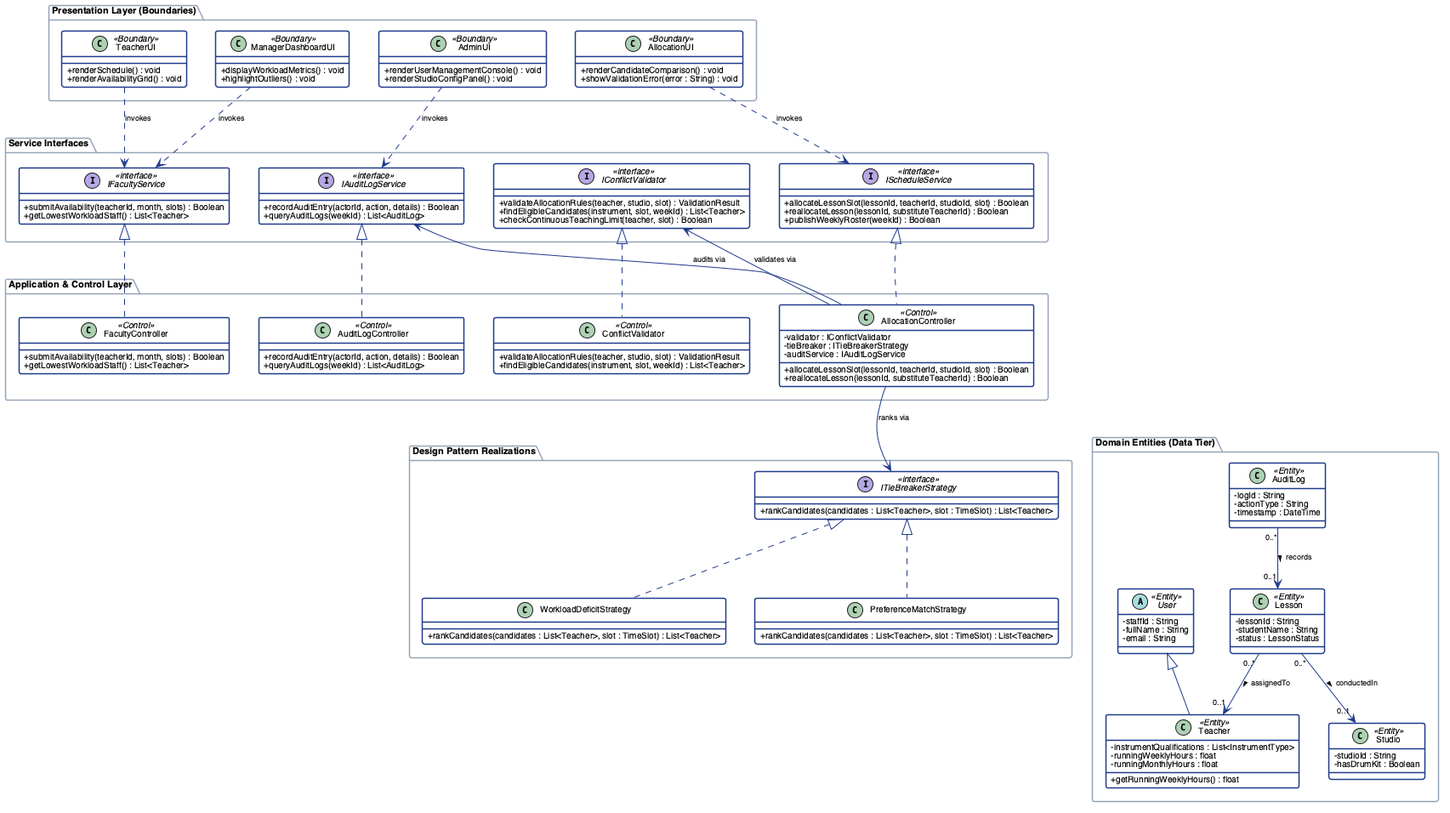
Before: report/assets/m2/final_class_diagram.png, a diagram exported from PlantUML (adoreblvnk/2001temp).
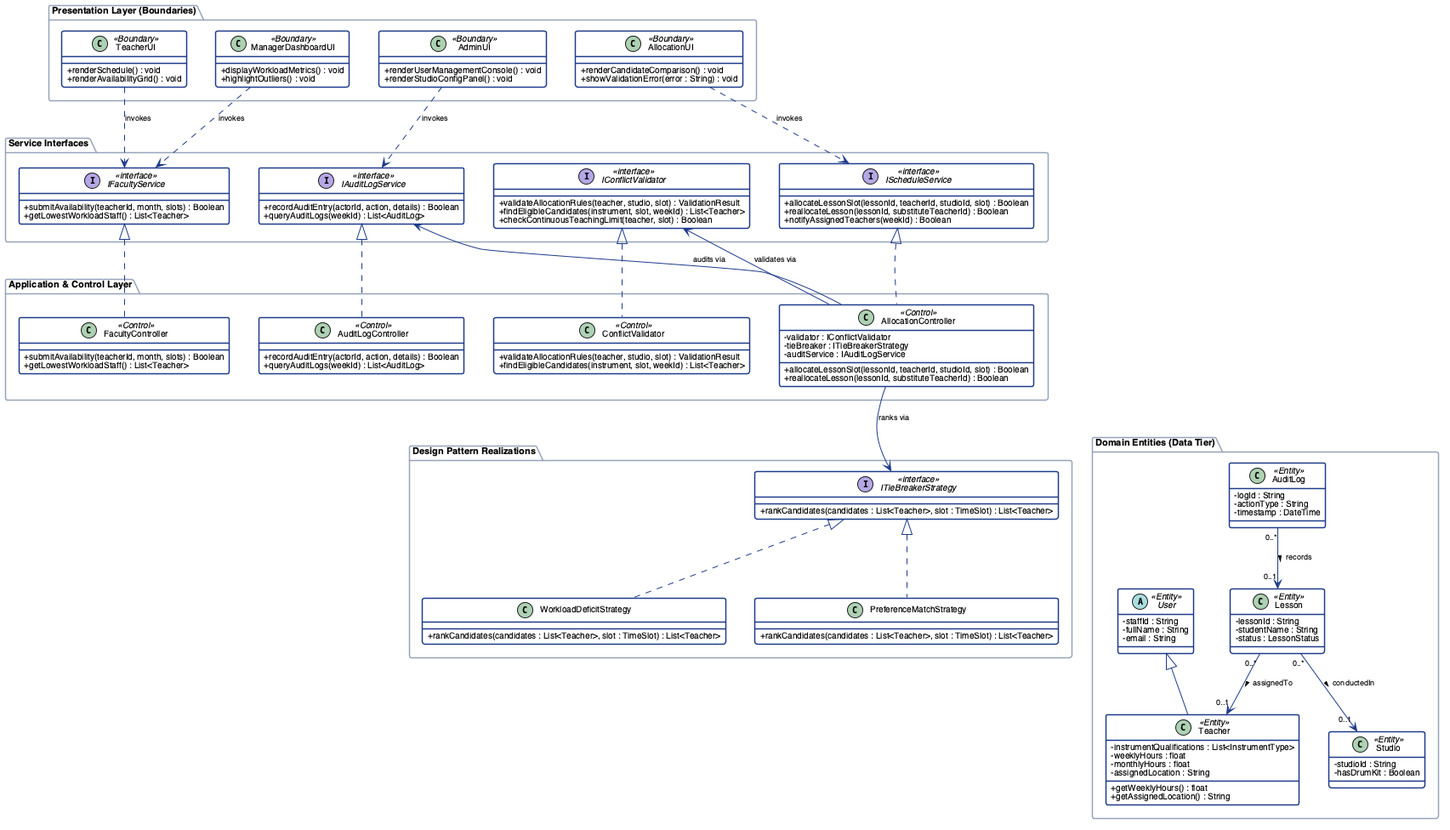
After the commit.

Diff of the diagram source:
```diff
@@ -47,7 +47,7 @@
     interface IScheduleService <<interface>> {
         +allocateLessonSlot(lessonId, teacherId, studioId, slot) : Boolean
         +reallocateLesson(lessonId, substituteTeacherId) : Boolean
-        +publishWeeklyRoster(weekId) : Boolean
+        +notifyAssignedTeachers(weekId) : Boolean
     }
     interface IConflictValidator <<interface>> {
         +validateAllocationRules(teacher, studio, slot) : ValidationResult
@@ -106,9 +106,11 @@
     }
     class Teacher <<Entity>> {
         - instrumentQualifications : List<InstrumentType>
-        - runningWeeklyHours : float
-        - runningMonthlyHours : float
-        + getRunningWeeklyHours() : float
+        - weeklyHours : float
+        - monthlyHours : float
+        - assignedLocation : String
+        + getWeeklyHours() : float
+        + getAssignedLocation() : String
     }
     class Lesson <<Entity>> {
         - lessonId : String
```
